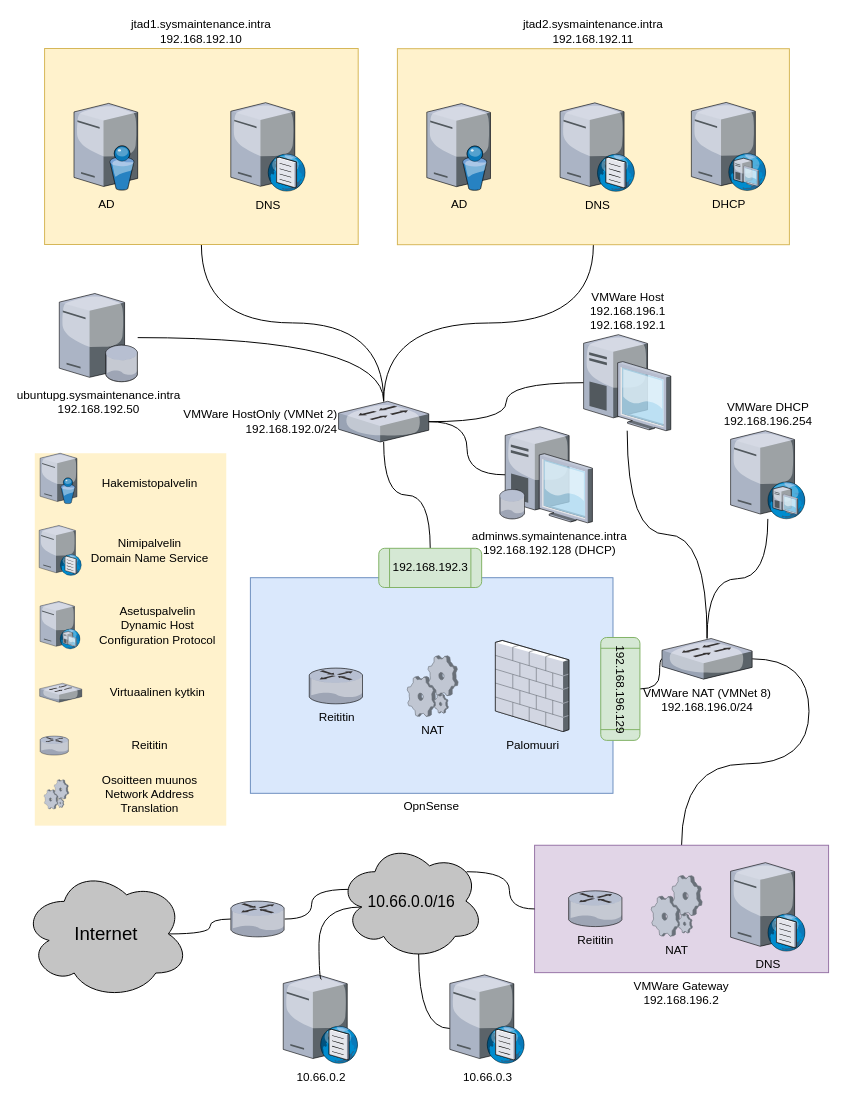
This is docs/pictures/JTVerkko.drawio from TiViOpetus/Jtuki, a draw.io file, before an edit. Source tidied: cells renumbered, new cells numbered last; positions are measured from the earlier drawing's top-left corner, leaving out a move shared by most shapes. Both pictures are drawn from the tidied source at 98%, with x=0, y=0 at pixel (23, 48).
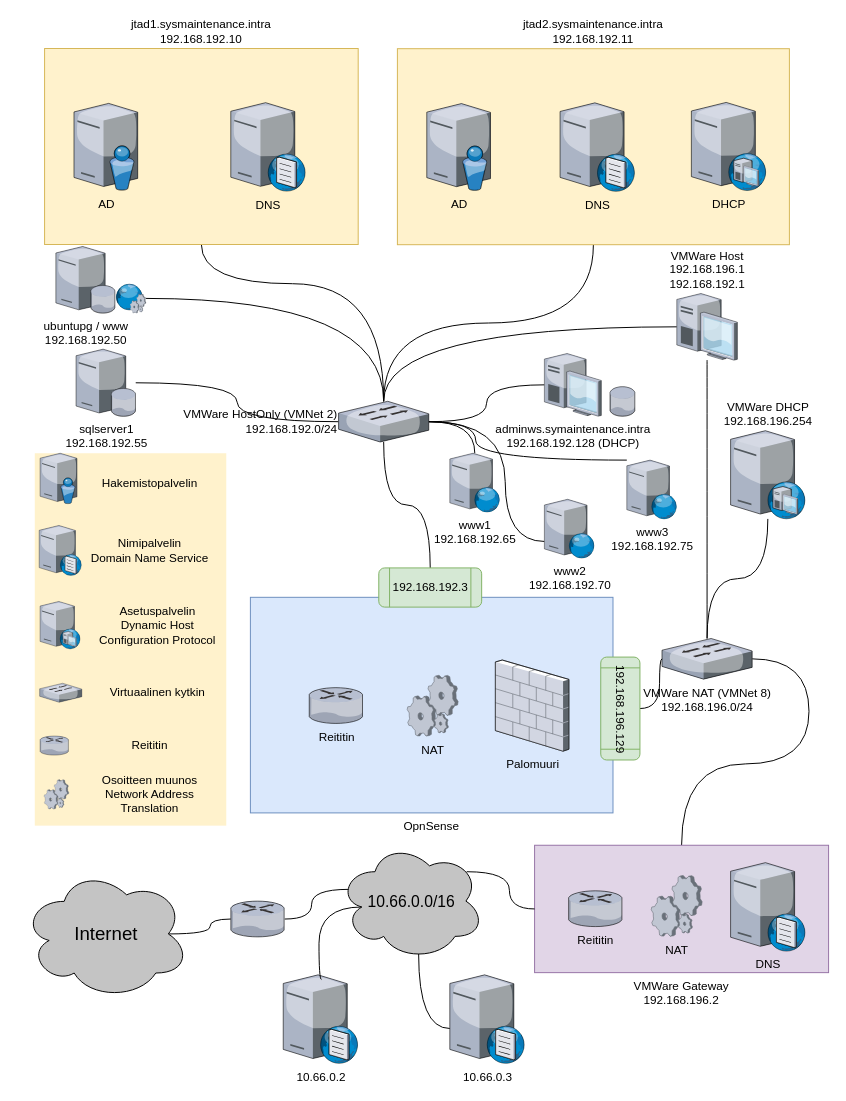
The same page after the edit.

Commit message (it also covers changes not shown here):
Päivitetty verkkokaaviota

The change refers to these unchanged cells:
```xml
<mxCell id="3" value="jtad1.sysmaintenance.intra&lt;br&gt;192.168.192.10" style="rounded=0;whiteSpace=wrap;html=1;shadow=0;glass=0;sketch=0;fillColor=#fff2cc;strokeColor=#d6b656;labelPosition=center;verticalLabelPosition=top;align=center;verticalAlign=bottom;" parent="1" vertex="1">
  <mxGeometry x="22" width="320" height="200" as="geometry" />
</mxCell>
<mxCell id="15" value="VMWare HostOnly (VMNet 2)&lt;br&gt;192.168.192.0/24" style="verticalLabelPosition=middle;sketch=0;html=1;verticalAlign=middle;strokeColor=none;align=right;outlineConnect=0;shape=mxgraph.citrix.switch;rounded=1;shadow=0;glass=0;labelPosition=left;" parent="1" vertex="1">
  <mxGeometry x="322" y="360" width="92" height="41.5" as="geometry" />
</mxCell>
```

Change to the diagram source:
```diff
@@
     <mxCell id="2" style="edgeStyle=orthogonalEdgeStyle;jettySize=auto;html=1;curved=1;endArrow=none;endFill=0;" parent="1" edge="1" source="3" target="15">
-      <mxGeometry relative="1" as="geometry" />
+      <mxGeometry relative="1" as="geometry">
+        <Array as="points">
+          <mxPoint x="182" y="240" />
+          <mxPoint x="368" y="240" />
+        </Array>
+      </mxGeometry>
     </mxCell>
@@
+    <mxCell id="62" style="edgeStyle=orthogonalEdgeStyle;jettySize=auto;html=1;curved=1;endArrow=none;endFill=0;" parent="1" edge="1" source="15" target="66">
+      <mxGeometry relative="1" as="geometry" />
+    </mxCell>
+    <mxCell id="63" style="edgeStyle=orthogonalEdgeStyle;curved=1;jettySize=auto;html=1;endArrow=none;endFill=0;" parent="1" edge="1" source="15" target="67">
+      <mxGeometry relative="1" as="geometry" />
+    </mxCell>
+    <mxCell id="64" style="edgeStyle=orthogonalEdgeStyle;curved=1;jettySize=auto;html=1;endArrow=none;endFill=0;" parent="1" edge="1" source="15" target="68">
+      <mxGeometry relative="1" as="geometry">
+        <Array as="points">
+          <mxPoint x="492" y="381" />
+          <mxPoint x="492" y="503" />
+        </Array>
+      </mxGeometry>
+    </mxCell>
+    <mxCell id="65" style="edgeStyle=orthogonalEdgeStyle;curved=1;jettySize=auto;html=1;endArrow=none;endFill=0;" parent="1" edge="1" source="15" target="69">
+      <mxGeometry relative="1" as="geometry">
+        <Array as="points">
+          <mxPoint x="462" y="381" />
+          <mxPoint x="462" y="420" />
+        </Array>
+      </mxGeometry>
+    </mxCell>
@@
     <mxCell id="26" value="VMWare Host&lt;br&gt;192.168.196.1&lt;br&gt;192.168.192.1" style="verticalLabelPosition=top;sketch=0;html=1;verticalAlign=bottom;strokeColor=none;align=center;outlineConnect=0;shape=mxgraph.citrix.desktop;rounded=1;shadow=0;glass=0;labelPosition=center;" parent="1" vertex="1">
-      <mxGeometry x="572" y="292" width="89" height="98" as="geometry" />
+      <mxGeometry x="667.1" y="250" width="61.8" height="68" as="geometry" />
     </mxCell>
@@
     <mxCell id="36" style="group;" parent="1" vertex="1">
-      <mxGeometry x="232" y="510" width="397.5" height="250" as="geometry" />
+      <mxGeometry x="232" y="530" width="397.5" height="250" as="geometry" />
     </mxCell>
@@
-    <mxCell id="57" style="edgeStyle=orthogonalEdgeStyle;jettySize=auto;html=1;curved=1;endArrow=none;endFill=0;" parent="1" edge="1" source="58" target="15">
+    <mxCell id="57" style="edgeStyle=orthogonalEdgeStyle;jettySize=auto;html=1;curved=1;endArrow=none;endFill=0;startArrow=none;" parent="1" edge="1" source="70" target="15">
       <mxGeometry relative="1" as="geometry" />
     </mxCell>
-    <mxCell id="58" value="ubuntupg.sysmaintenance.intra&lt;br&gt;192.168.192.50" style="verticalLabelPosition=bottom;sketch=0;html=1;verticalAlign=top;strokeColor=none;align=center;outlineConnect=0;shape=mxgraph.citrix.database_server;" parent="1" vertex="1">
-      <mxGeometry x="37" y="250" width="80" height="90" as="geometry" />
+    <mxCell id="58" value="ubuntupg / www&lt;br&gt;192.168.192.50" style="verticalLabelPosition=bottom;sketch=0;html=1;verticalAlign=top;strokeColor=none;align=center;outlineConnect=0;shape=mxgraph.citrix.database_server;" parent="1" vertex="1">
+      <mxGeometry x="33.5" y="202" width="60.4" height="68" as="geometry" />
     </mxCell>
@@
     <mxCell id="60" value="adminws.symaintenance.intra&lt;br&gt;192.168.192.128 (DHCP)" style="verticalLabelPosition=bottom;sketch=0;html=1;verticalAlign=top;strokeColor=none;align=center;outlineConnect=0;shape=mxgraph.citrix.desktop;" parent="1" vertex="1">
-      <mxGeometry x="492" y="386" width="89" height="98" as="geometry" />
+      <mxGeometry x="532" y="311.2" width="58.1" height="64" as="geometry" />
     </mxCell>
     <mxCell id="61" style="verticalLabelPosition=bottom;sketch=0;html=1;verticalAlign=top;strokeColor=none;align=center;shape=mxgraph.citrix.database;" parent="1" vertex="1">
-      <mxGeometry x="486.5" y="450" width="25.5" height="30" as="geometry" />
+      <mxGeometry x="599" y="345.2" width="25.5" height="30" as="geometry" />
     </mxCell>
+    <mxCell id="66" value="sqlserver1&lt;br&gt;192.168.192.55" style="verticalLabelPosition=bottom;sketch=0;html=1;verticalAlign=top;strokeColor=none;align=center;outlineConnect=0;shape=mxgraph.citrix.database_server;" parent="1" vertex="1">
+      <mxGeometry x="54.1" y="306.8" width="60.9" height="68.5" as="geometry" />
+    </mxCell>
+    <mxCell id="67" value="www1&lt;br&gt;192.168.192.65" style="verticalLabelPosition=bottom;sketch=0;html=1;verticalAlign=top;strokeColor=none;align=center;outlineConnect=0;shape=mxgraph.citrix.web_server;" parent="1" vertex="1">
+      <mxGeometry x="435.5" y="413" width="51" height="60" as="geometry" />
+    </mxCell>
+    <mxCell id="68" value="www2&lt;br&gt;192.168.192.70" style="verticalLabelPosition=bottom;sketch=0;html=1;verticalAlign=top;strokeColor=none;align=center;outlineConnect=0;shape=mxgraph.citrix.web_server;" parent="1" vertex="1">
+      <mxGeometry x="532" y="460" width="51" height="60" as="geometry" />
+    </mxCell>
+    <mxCell id="69" value="www3&lt;br&gt;192.168.192.75" style="verticalLabelPosition=bottom;sketch=0;html=1;verticalAlign=top;strokeColor=none;align=center;outlineConnect=0;shape=mxgraph.citrix.web_server;" parent="1" vertex="1">
+      <mxGeometry x="616.1" y="420" width="51" height="60" as="geometry" />
+    </mxCell>
+    <mxCell id="70" style="verticalLabelPosition=bottom;sketch=0;html=1;verticalAlign=top;strokeColor=none;align=center;outlineConnect=0;shape=mxgraph.citrix.web_service;" parent="1" vertex="1">
+      <mxGeometry x="94" y="240" width="31.5" height="30" as="geometry" />
+    </mxCell>
```
